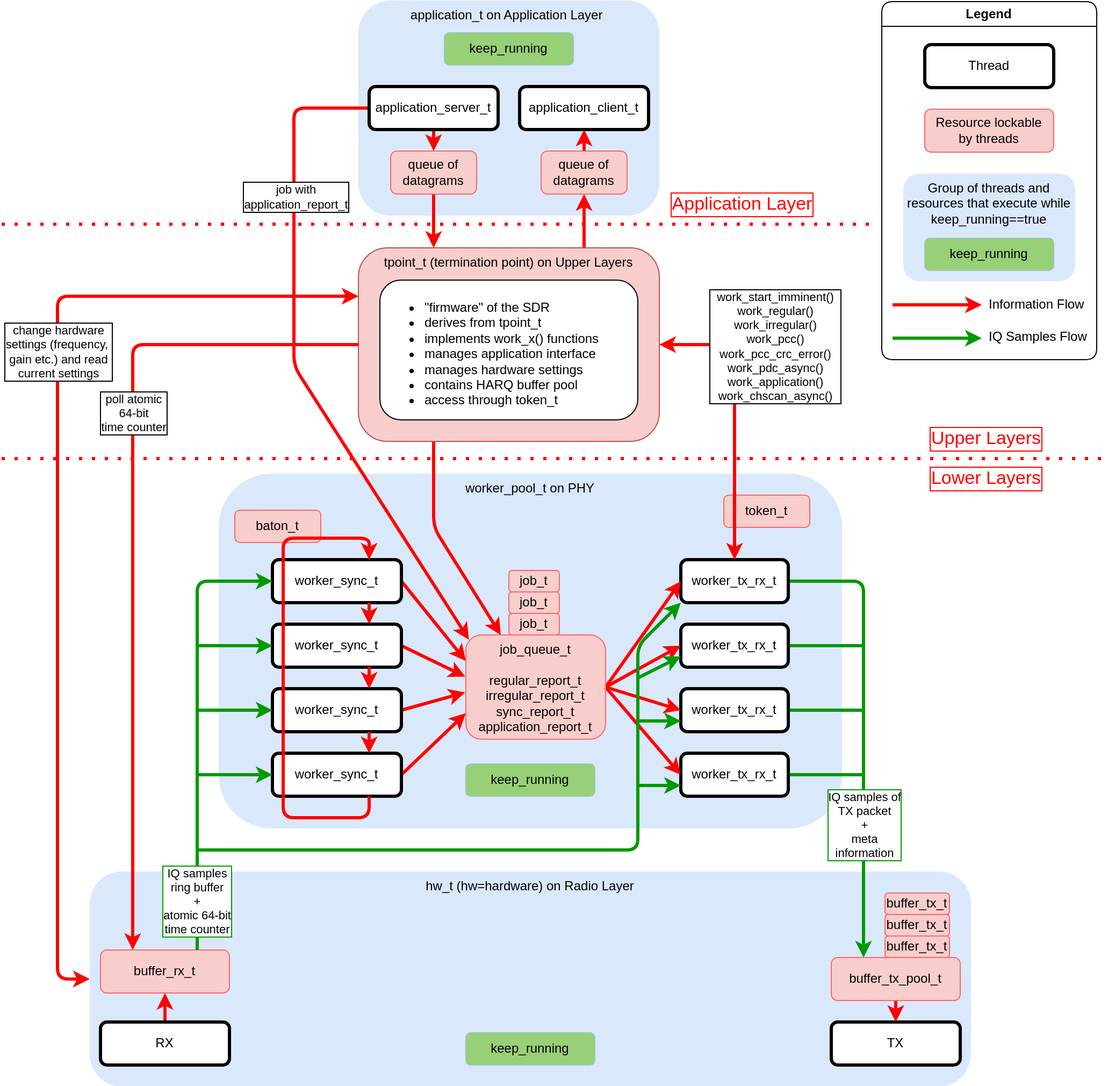
Above: docs/sdr_architecture.drawio.png in maxpenner/DECT-NR-Plus-SDR (draw.io), before the change. Source tidied: cells renumbered, new cells last; positions are measured from the earlier drawing's top-left corner, leaving out a move shared by most shapes.
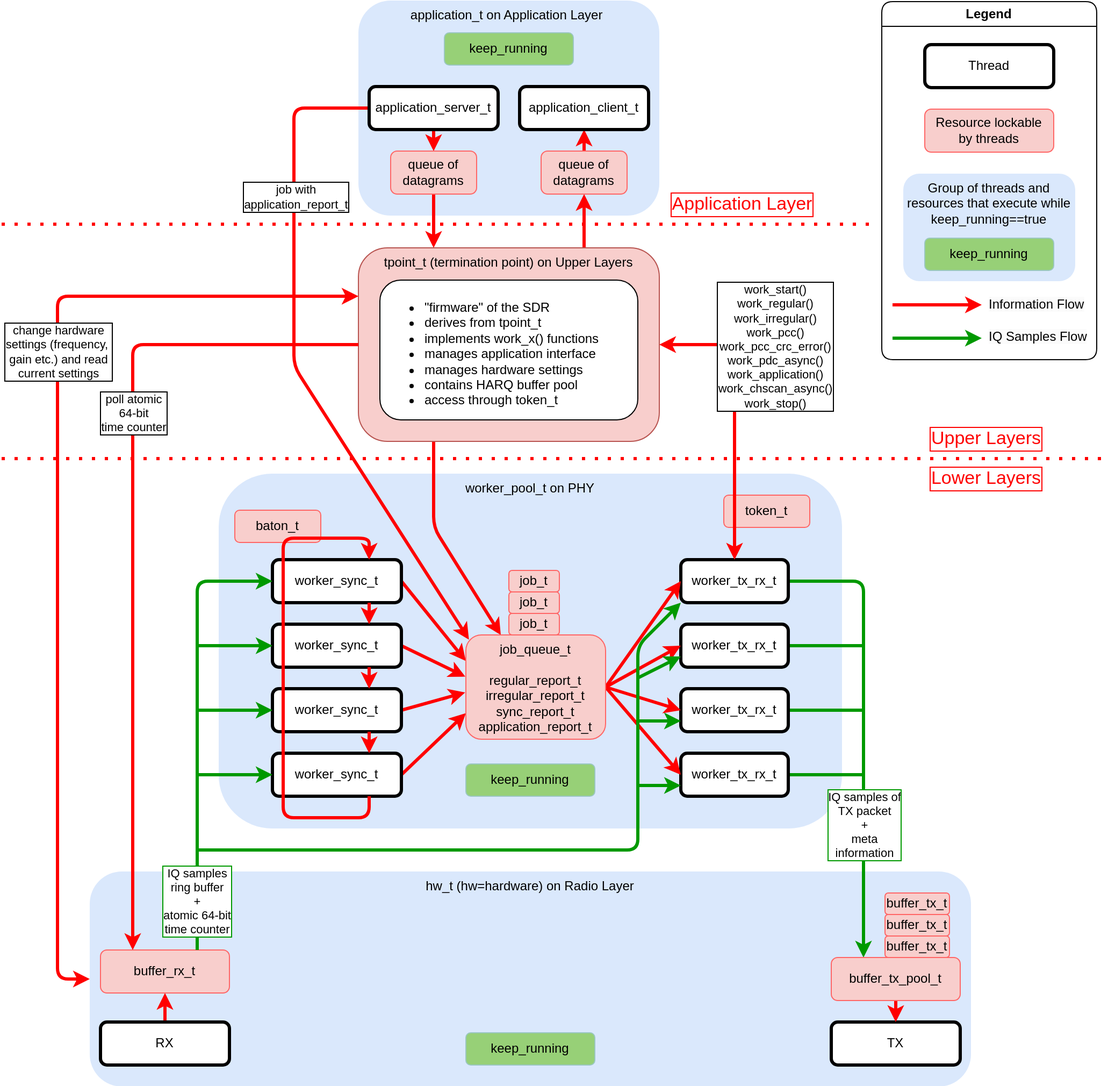
After the change.

Change to the diagram source:
```diff
@@ -210,7 +210,7 @@
         </Array>
       </mxGeometry>
     </mxCell>
-    <mxCell id="58" value="&amp;nbsp; work_start_imminent()&amp;nbsp;&amp;nbsp;&lt;br style=&quot;border-color: var(--border-color);&quot;&gt;work_regular()&lt;div&gt;work_irregular()&lt;br style=&quot;border-color: var(--border-color);&quot;&gt;work_pcc()&lt;div&gt;work_pcc_crc_error()&lt;br&gt;work_pdc_async()&lt;br style=&quot;border-color: var(--border-color);&quot;&gt;work_application()&lt;br style=&quot;border-color: var(--border-color);&quot;&gt;work_chscan_async()&lt;/div&gt;&lt;/div&gt;" style="edgeLabel;html=1;align=center;verticalAlign=middle;labelBorderColor=default;rounded=1;spacingTop=0;" parent="57" vertex="1">
+    <mxCell id="58" value="&amp;nbsp; work_start()&amp;nbsp;&amp;nbsp;&lt;br style=&quot;border-color: var(--border-color);&quot;&gt;work_regular()&lt;div&gt;work_irregular()&lt;br style=&quot;border-color: var(--border-color);&quot;&gt;work_pcc()&lt;div&gt;work_pcc_crc_error()&lt;br&gt;work_pdc_async()&lt;br style=&quot;border-color: var(--border-color);&quot;&gt;work_application()&lt;br style=&quot;border-color: var(--border-color);&quot;&gt;work_chscan_async()&lt;/div&gt;&lt;/div&gt;&lt;div&gt;work_stop()&lt;/div&gt;" style="edgeLabel;html=1;align=center;verticalAlign=middle;labelBorderColor=default;rounded=1;spacingTop=0;" parent="57" vertex="1">
       <mxGeometry x="0.21" relative="1" as="geometry">
         <mxPoint x="37" y="-36" as="offset" />
       </mxGeometry>
```
